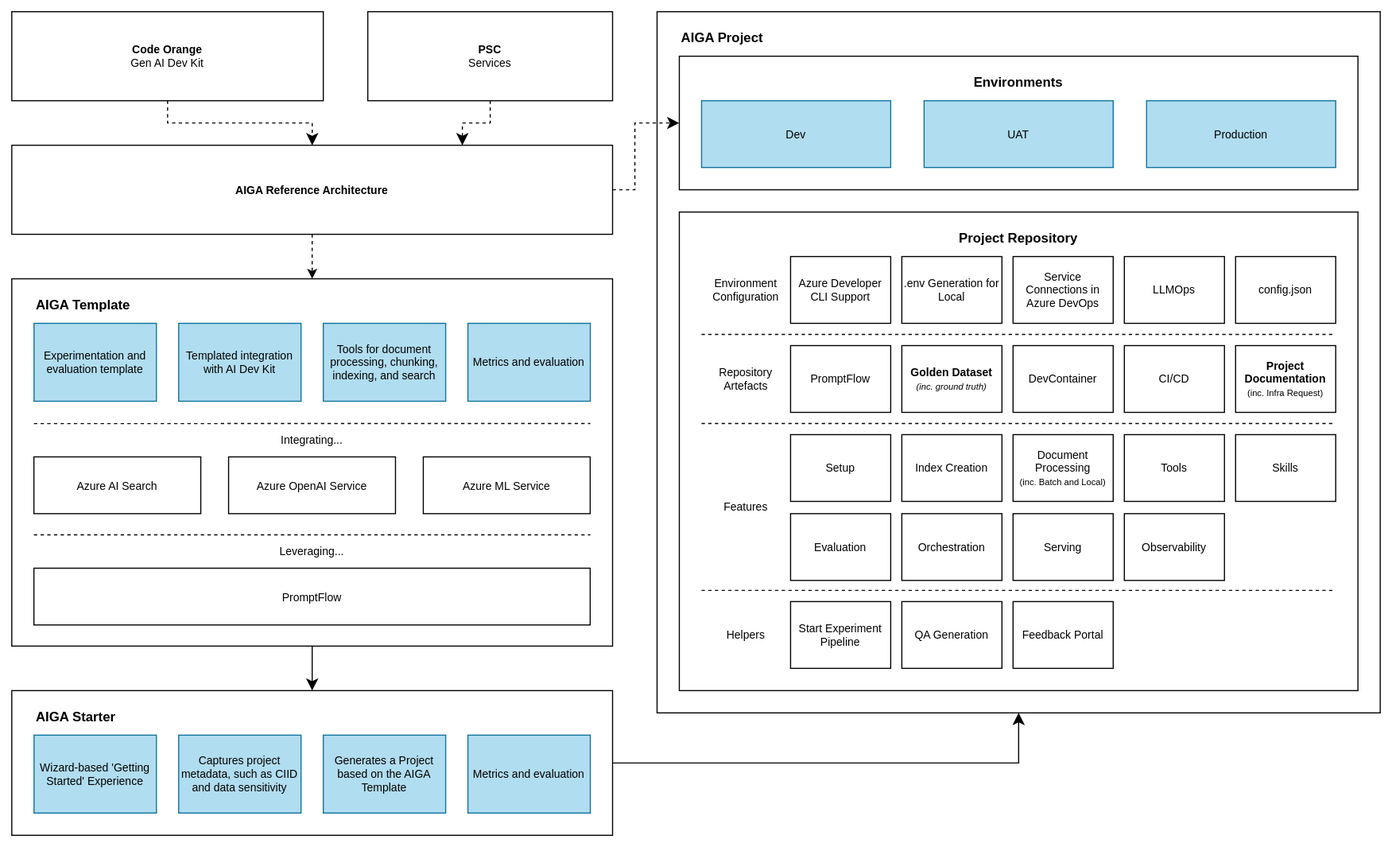
Above: docs/assets/AIGA.svg in crew-sherlock/Experiment1 (draw.io), before the change. Source tidied: cells renumbered, new cells last; positions are measured from the earlier drawing's top-left corner, leaving out a move shared by most shapes.
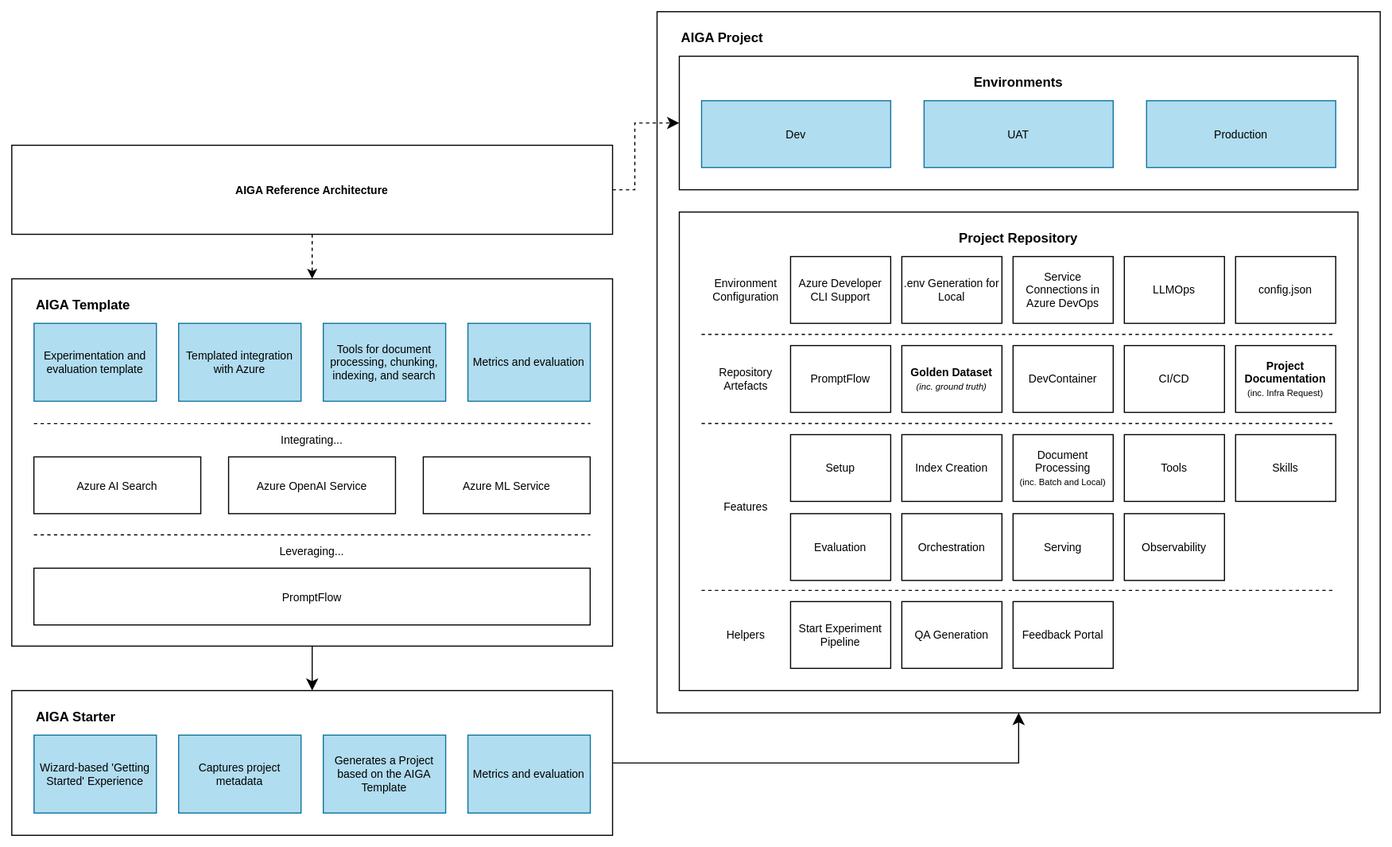
The same file after the commit.

The edit, as a diff of the source:
```diff
@@ -8,18 +8,6 @@
     <mxCell id="3" value="AIGA Reference Architecture" style="whiteSpace=wrap;html=1;verticalAlign=middle;align=center;fontStyle=1;fontSize=10;" parent="1" vertex="1">
       <mxGeometry y="120" width="540" height="80" as="geometry" />
     </mxCell>
-    <mxCell id="4" style="edgeStyle=orthogonalEdgeStyle;rounded=0;jettySize=auto;html=1;fontSize=12;startSize=8;endSize=8;dashed=1;" parent="1" edge="1" source="5" target="3">
-      <mxGeometry relative="1" as="geometry" />
-    </mxCell>
-    <mxCell id="5" value="&lt;b style=&quot;font-size: 10px;&quot;&gt;Code Orange&lt;/b&gt;&lt;div style=&quot;font-size: 10px;&quot;&gt;Gen AI Dev Kit&lt;/div&gt;" style="whiteSpace=wrap;html=1;verticalAlign=middle;align=center;fontSize=10;" parent="1" vertex="1">
-      <mxGeometry width="280" height="80" as="geometry" />
-    </mxCell>
-    <mxCell id="6" style="edgeStyle=orthogonalEdgeStyle;rounded=0;jettySize=auto;html=1;fontSize=12;startSize=8;endSize=8;dashed=1;entryX=0.75;entryY=0;entryDx=0;entryDy=0;" parent="1" edge="1" source="7" target="3">
-      <mxGeometry relative="1" as="geometry" />
-    </mxCell>
-    <mxCell id="7" value="&lt;b style=&quot;font-size: 10px;&quot;&gt;PSC&lt;/b&gt;&lt;div style=&quot;font-size: 10px;&quot;&gt;Services&lt;/div&gt;" style="whiteSpace=wrap;html=1;verticalAlign=middle;align=center;fontSize=10;" parent="1" vertex="1">
-      <mxGeometry x="320" width="220" height="80" as="geometry" />
-    </mxCell>
     <mxCell id="8" style="edgeStyle=none;curved=1;rounded=0;jettySize=auto;html=1;fontSize=12;startSize=8;endSize=8;" parent="1" edge="1" source="9" target="23">
       <mxGeometry relative="1" as="geometry" />
     </mxCell>
@@ -29,7 +17,7 @@
     <mxCell id="10" value="Experimentation and evaluation template" style="whiteSpace=wrap;html=1;fontSize=10;fillColor=#b1ddf0;strokeColor=#10739e;labelBackgroundColor=none;fontColor=#000000;" parent="1" vertex="1">
       <mxGeometry x="20" y="280" width="110" height="70" as="geometry" />
     </mxCell>
-    <mxCell id="11" value="Templated integration with AI Dev Kit" style="whiteSpace=wrap;html=1;fontSize=10;fillColor=#b1ddf0;strokeColor=#10739e;labelBackgroundColor=none;fontColor=#000000;" parent="1" vertex="1">
+    <mxCell id="11" value="Templated integration with Azure" style="whiteSpace=wrap;html=1;fontSize=10;fillColor=#b1ddf0;strokeColor=#10739e;labelBackgroundColor=none;fontColor=#000000;" parent="1" vertex="1">
       <mxGeometry x="150" y="280" width="110" height="70" as="geometry" />
     </mxCell>
     <mxCell id="12" value="Tools for document processing, chunking, indexing, and search" style="whiteSpace=wrap;html=1;fontSize=10;fillColor=#b1ddf0;strokeColor=#10739e;labelBackgroundColor=none;fontColor=#000000;" parent="1" vertex="1">
@@ -77,7 +65,7 @@
     <mxCell id="24" value="Wizard-based 'Getting Started' Experience" style="whiteSpace=wrap;html=1;fontSize=10;fillColor=#b1ddf0;strokeColor=#10739e;labelBackgroundColor=none;fontColor=#000000;" parent="1" vertex="1">
       <mxGeometry x="20" y="650" width="110" height="70" as="geometry" />
     </mxCell>
-    <mxCell id="25" value="Captures project metadata, such as CIID and data sensitivity" style="whiteSpace=wrap;html=1;fontSize=10;fillColor=#b1ddf0;strokeColor=#10739e;labelBackgroundColor=none;fontColor=#000000;" parent="1" vertex="1">
+    <mxCell id="25" value="Captures project metadata" style="whiteSpace=wrap;html=1;fontSize=10;fillColor=#b1ddf0;strokeColor=#10739e;labelBackgroundColor=none;fontColor=#000000;" parent="1" vertex="1">
       <mxGeometry x="150" y="650" width="110" height="70" as="geometry" />
     </mxCell>
     <mxCell id="26" value="Generates a Project based on the AIGA Template" style="whiteSpace=wrap;html=1;fontSize=10;fillColor=#b1ddf0;strokeColor=#10739e;labelBackgroundColor=none;fontColor=#000000;" parent="1" vertex="1">
```
